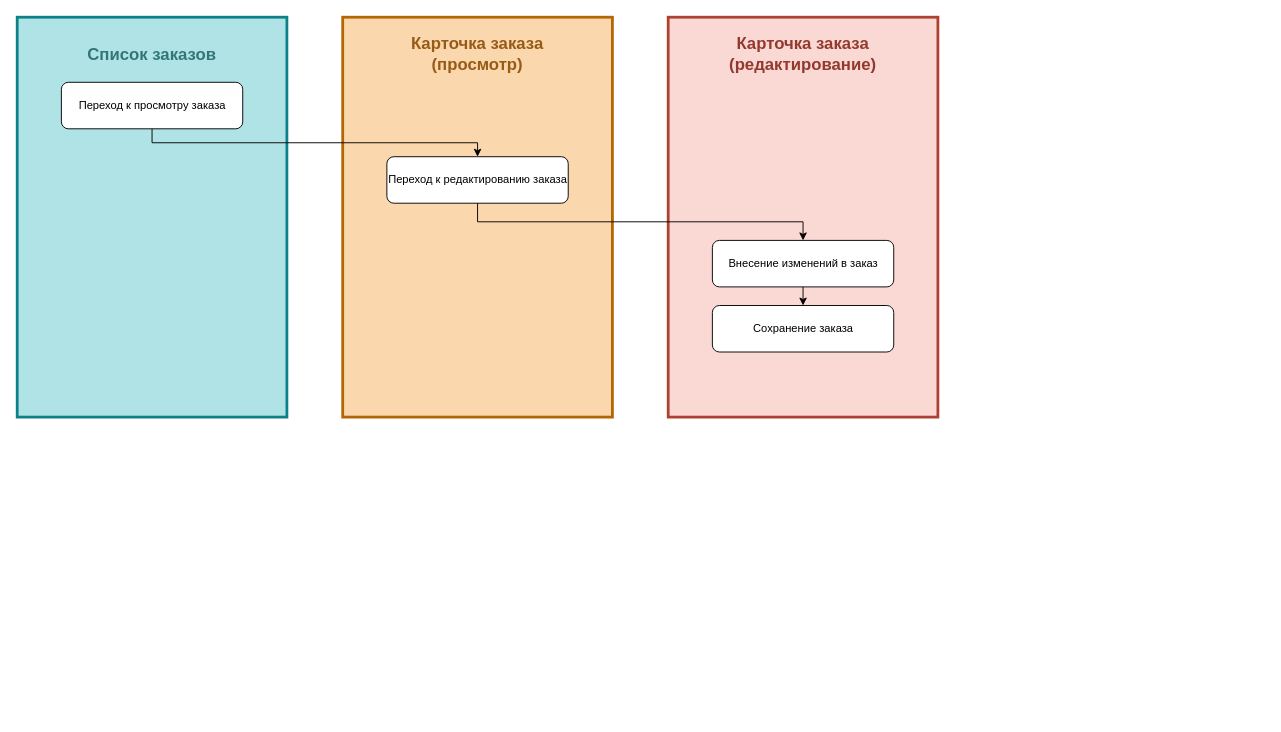
Earlier version of the draw.io diagram Пользовательский сценарий.drawio (Nguyen1337/UML). Source tidied: cells renumbered, new cells numbered last; positions are measured from the earlier drawing's top-left corner, leaving out a move shared by most shapes. Both pictures are drawn from the tidied source at 93%, with x=0, y=0 at pixel (17, 17).
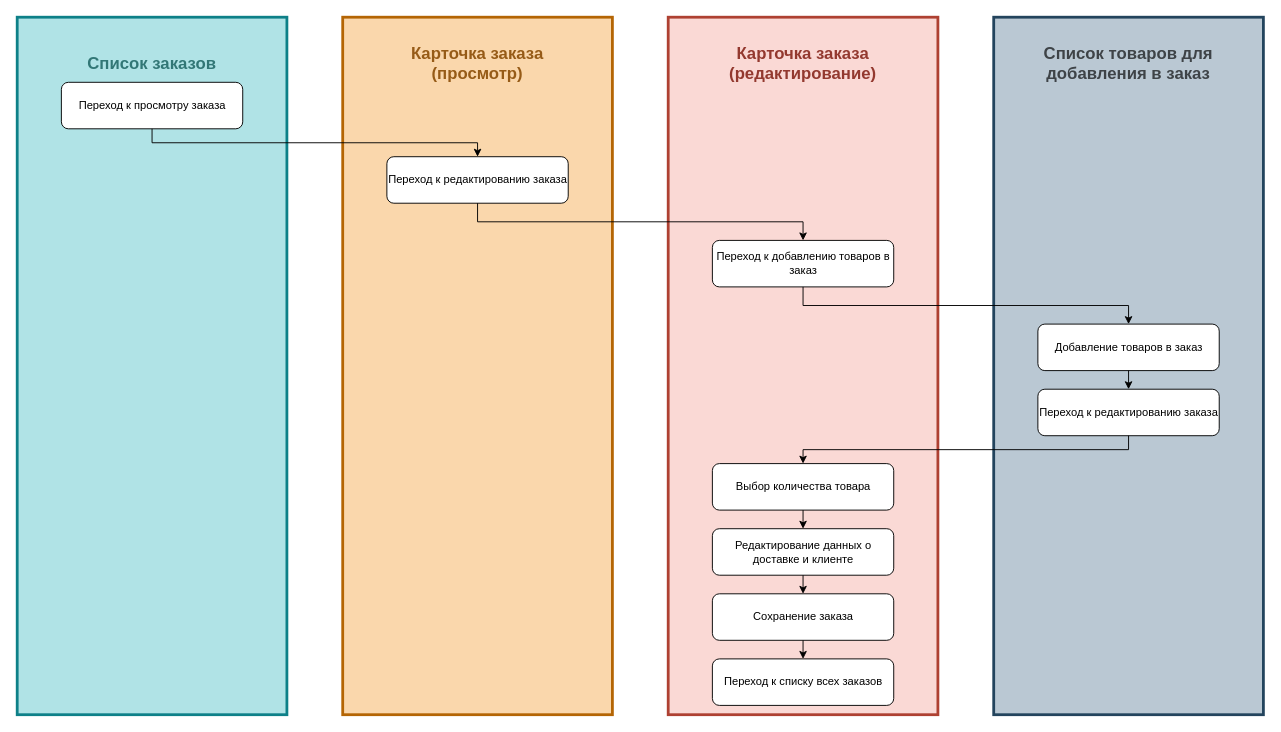
The same diagram, later.

Change to the diagram source:
```diff
@@
-    <mxCell id="2" value="&lt;h2 style=&quot;padding-bottom: 350px; padding-left: 0px;&quot;&gt;&lt;font style=&quot;color: light-dark(rgb(50, 119, 118), rgb(237, 237, 237));&quot;&gt;Список заказов&lt;/font&gt;&lt;/h2&gt;" style="rounded=0;whiteSpace=wrap;html=1;fillColor=#b0e3e6;strokeColor=#0e8088;fontColor=#9FCDD0;labelBorderColor=none;strokeWidth=3;" parent="1" vertex="1">
-      <mxGeometry width="290" height="430" as="geometry" />
+    <mxCell id="2" value="&lt;h2 style=&quot;padding-bottom: 650px; padding-left: 0px;&quot;&gt;&lt;font style=&quot;color: light-dark(rgb(50, 119, 118), rgb(237, 237, 237));&quot;&gt;Список заказов&lt;/font&gt;&lt;/h2&gt;" style="rounded=0;whiteSpace=wrap;html=1;fillColor=#b0e3e6;strokeColor=#0e8088;fontColor=#9FCDD0;labelBorderColor=none;strokeWidth=3;" parent="1" vertex="1">
+      <mxGeometry width="290" height="750" as="geometry" />
     </mxCell>
-    <mxCell id="3" value="&lt;h2 style=&quot;padding-bottom: 350px;&quot;&gt;&lt;font style=&quot;color: light-dark(rgb(150, 91, 23), rgb(237, 237, 237));&quot;&gt;Карточка заказа&lt;br&gt;(просмотр)&lt;/font&gt;&lt;/h2&gt;" style="rounded=0;whiteSpace=wrap;html=1;fillColor=#fad7ac;strokeColor=#b46504;labelBorderColor=none;strokeWidth=3;" parent="1" vertex="1">
-      <mxGeometry x="350" width="290" height="430" as="geometry" />
+    <mxCell id="3" value="&lt;h2 style=&quot;padding-bottom: 650px;&quot;&gt;&lt;font style=&quot;color: light-dark(rgb(150, 91, 23), rgb(237, 237, 237));&quot;&gt;Карточка заказа&lt;br&gt;(просмотр)&lt;/font&gt;&lt;/h2&gt;" style="rounded=0;whiteSpace=wrap;html=1;fillColor=#fad7ac;strokeColor=#b46504;labelBorderColor=none;strokeWidth=3;" parent="1" vertex="1">
+      <mxGeometry x="350" width="290" height="750" as="geometry" />
     </mxCell>
-    <mxCell id="4" value="&lt;h2 style=&quot;padding-bottom: 350px;&quot;&gt;&lt;font style=&quot;color: light-dark(rgb(147, 57, 47), rgb(237, 237, 237));&quot;&gt;Карточка заказа (редактирование)&lt;/font&gt;&lt;/h2&gt;" style="rounded=0;whiteSpace=wrap;html=1;fillColor=#fad9d5;strokeColor=#ae4132;labelBorderColor=none;strokeWidth=3;" parent="1" vertex="1">
-      <mxGeometry x="700" width="290" height="430" as="geometry" />
+    <mxCell id="4" value="&lt;h2 style=&quot;padding-bottom: 650px;&quot;&gt;&lt;font style=&quot;color: light-dark(rgb(147, 57, 47), rgb(237, 237, 237));&quot;&gt;Карточка заказа (редактирование)&lt;/font&gt;&lt;/h2&gt;" style="rounded=0;whiteSpace=wrap;html=1;fillColor=#fad9d5;strokeColor=#ae4132;labelBorderColor=none;strokeWidth=3;" parent="1" vertex="1">
+      <mxGeometry x="700" width="290" height="750" as="geometry" />
     </mxCell>
@@
-    <mxCell id="7" value="Внесение изменений в заказ" style="rounded=1;whiteSpace=wrap;html=1;" parent="1" vertex="1">
+    <mxCell id="7" value="Переход к добавлению товаров в заказ" style="rounded=1;whiteSpace=wrap;html=1;" parent="1" vertex="1">
       <mxGeometry x="747.5" y="240" width="195" height="50" as="geometry" />
     </mxCell>
@@
-    <mxCell id="10" value="Сохранение заказа" style="rounded=1;whiteSpace=wrap;html=1;" parent="1" vertex="1">
-      <mxGeometry x="747.5" y="310" width="195" height="50" as="geometry" />
+    <mxCell id="10" value="Выбор количества товара" style="rounded=1;whiteSpace=wrap;html=1;" parent="1" vertex="1">
+      <mxGeometry x="747.5" y="480" width="195" height="50" as="geometry" />
     </mxCell>
+    <mxCell id="12" value="&lt;h2 style=&quot;padding-bottom: 650px;&quot;&gt;&lt;font style=&quot;color: light-dark(rgb(62, 67, 71), rgb(237, 237, 237));&quot;&gt;Список товаров для добавления в заказ&lt;/font&gt;&lt;/h2&gt;" style="rounded=0;whiteSpace=wrap;html=1;fillColor=#bac8d3;strokeColor=#23445d;labelBorderColor=none;strokeWidth=3;" parent="1" vertex="1">
+      <mxGeometry x="1050" width="290" height="750" as="geometry" />
+    </mxCell>
+    <mxCell id="13" value="Добавление товаров в заказ" style="rounded=1;whiteSpace=wrap;html=1;" parent="1" vertex="1">
+      <mxGeometry x="1097.5" y="330" width="195" height="50" as="geometry" />
+    </mxCell>
-    <mxCell id="11" style="endArrow=classic;html=1;rounded=0;entryX=0.5;entryY=0;entryDx=0;entryDy=0;exitX=0.5;exitY=1;exitDx=0;exitDy=0;" parent="1" edge="1" source="7" target="10">
+    <mxCell id="11" style="endArrow=classic;html=1;rounded=0;entryX=0.5;entryY=0;entryDx=0;entryDy=0;exitX=0.5;exitY=1;exitDx=0;exitDy=0;edgeStyle=orthogonalEdgeStyle;" parent="1" edge="1" source="7" target="13">
       <mxGeometry relative="1" as="geometry" />
     </mxCell>
+    <mxCell id="14" value="Переход к редактированию заказа" style="rounded=1;whiteSpace=wrap;html=1;" parent="1" vertex="1">
+      <mxGeometry x="1097.5" y="400" width="195" height="50" as="geometry" />
+    </mxCell>
+    <mxCell id="15" style="endArrow=classic;html=1;rounded=0;entryX=0.5;entryY=0;entryDx=0;entryDy=0;exitX=0.5;exitY=1;exitDx=0;exitDy=0;" parent="1" edge="1" source="13" target="14">
+      <mxGeometry relative="1" as="geometry" />
+    </mxCell>
+    <mxCell id="16" style="endArrow=classic;html=1;rounded=0;entryX=0.5;entryY=0;entryDx=0;entryDy=0;exitX=0.5;exitY=1;exitDx=0;exitDy=0;edgeStyle=orthogonalEdgeStyle;" parent="1" edge="1" source="14" target="10">
+      <mxGeometry relative="1" as="geometry" />
+    </mxCell>
+    <mxCell id="17" value="Редактирование данных о доставке и клиенте" style="rounded=1;whiteSpace=wrap;html=1;" parent="1" vertex="1">
+      <mxGeometry x="747.5" y="550" width="195" height="50" as="geometry" />
+    </mxCell>
+    <mxCell id="18" value="Сохранение заказа" style="rounded=1;whiteSpace=wrap;html=1;" parent="1" vertex="1">
+      <mxGeometry x="747.5" y="620" width="195" height="50" as="geometry" />
+    </mxCell>
+    <mxCell id="19" style="endArrow=classic;html=1;rounded=0;entryX=0.5;entryY=0;entryDx=0;entryDy=0;exitX=0.5;exitY=1;exitDx=0;exitDy=0;" parent="1" edge="1" source="10" target="17">
+      <mxGeometry relative="1" as="geometry" />
+    </mxCell>
+    <mxCell id="20" value="Переход к списку всех заказов" style="rounded=1;whiteSpace=wrap;html=1;" parent="1" vertex="1">
+      <mxGeometry x="747.5" y="690" width="195" height="50" as="geometry" />
+    </mxCell>
+    <mxCell id="21" style="endArrow=classic;html=1;rounded=0;entryX=0.5;entryY=0;entryDx=0;entryDy=0;exitX=0.5;exitY=1;exitDx=0;exitDy=0;" parent="1" edge="1" source="18" target="20">
+      <mxGeometry relative="1" as="geometry" />
+    </mxCell>
+    <mxCell id="22" style="endArrow=classic;html=1;rounded=0;entryX=0.5;entryY=0;entryDx=0;entryDy=0;exitX=0.5;exitY=1;exitDx=0;exitDy=0;" parent="1" edge="1" source="17" target="18">
+      <mxGeometry relative="1" as="geometry" />
+    </mxCell>
```
